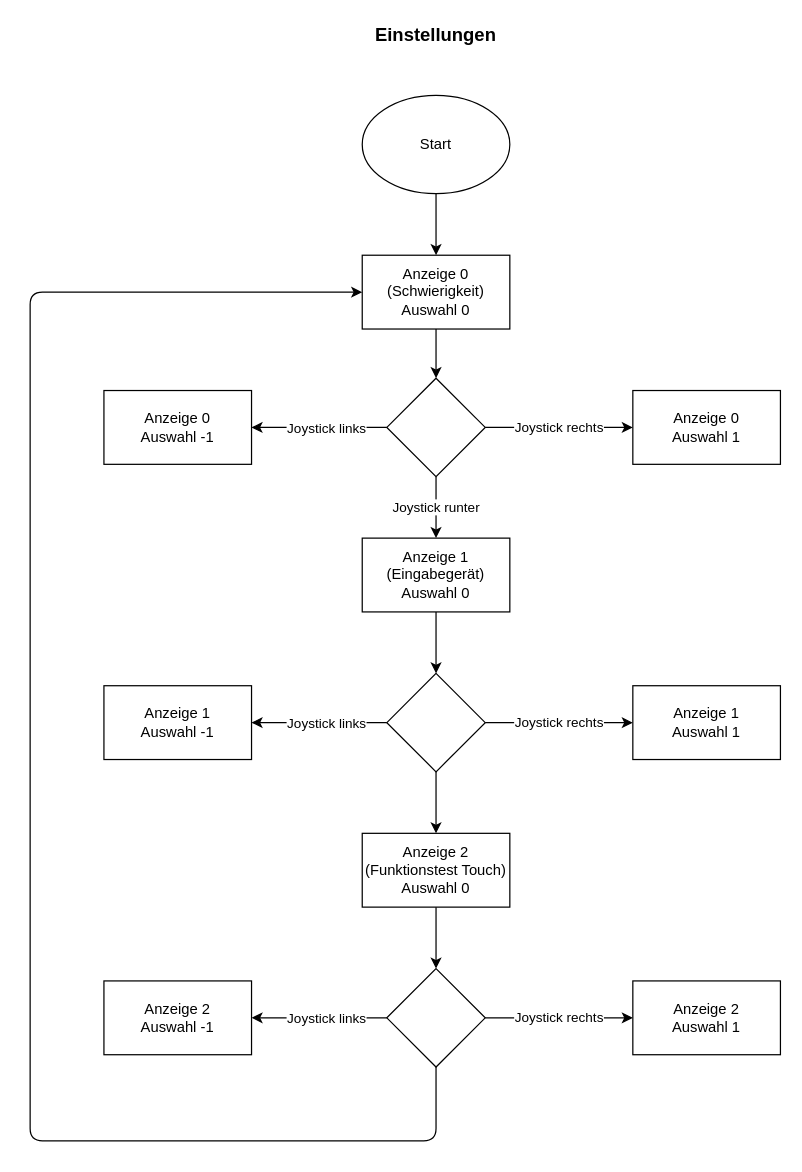
Above: page "Page-3" (2 of 3) of Untitled Diagram.drawio in Seafesko/Nucleo-Wecker (draw.io), before the change. Source tidied: cells renumbered, new cells numbered last; positions are measured from the earlier drawing's top-left corner, leaving out a move shared by most shapes. Both pictures are drawn from the tidied source at 123%, with x=0, y=0 at pixel (30, 21).
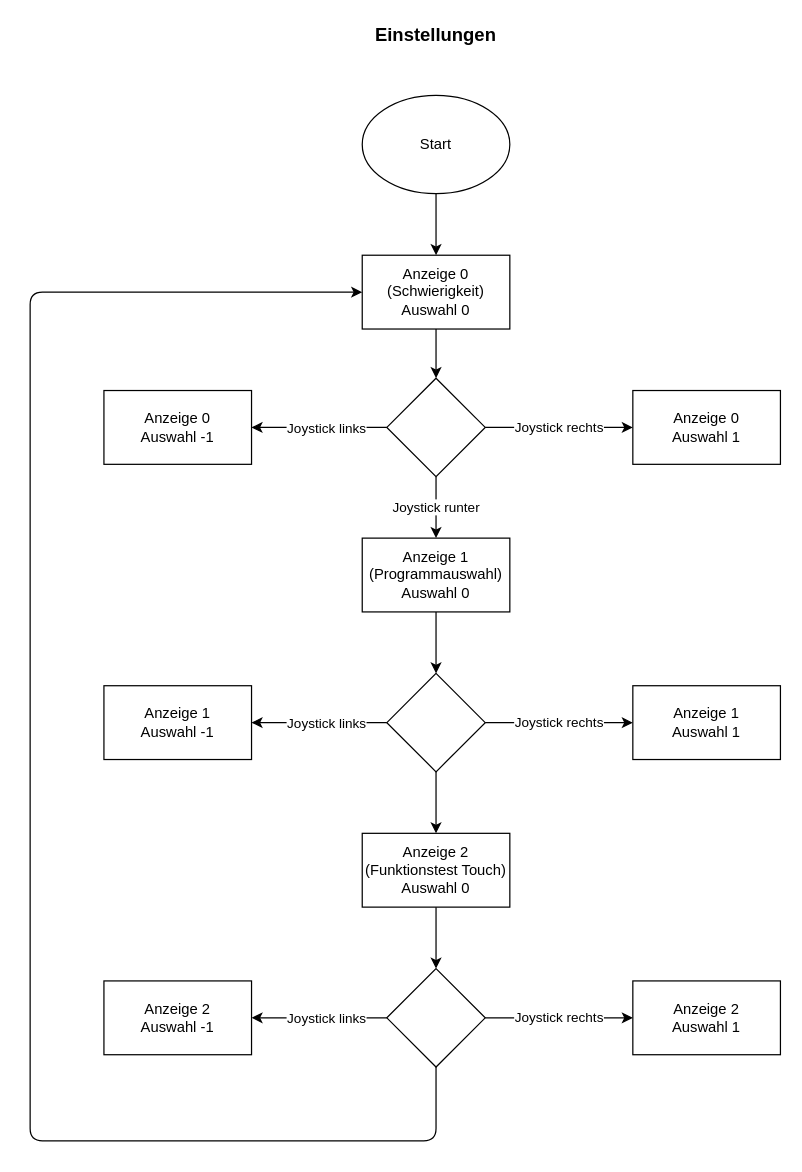
The same diagram, later.

Change to the diagram source:
```diff
@@
-    <mxCell id="6" value="Anzeige 1 (Eingabegerät)&lt;br&gt;&lt;div&gt;Auswahl 0&lt;br&gt;&lt;/div&gt;" style="rounded=0;whiteSpace=wrap;html=1;" parent="1" vertex="1">
+    <mxCell id="6" value="Anzeige 1 (Programmauswahl)&lt;br&gt;&lt;div&gt;Auswahl 0&lt;br&gt;&lt;/div&gt;" style="rounded=0;whiteSpace=wrap;html=1;" parent="1" vertex="1">
       <mxGeometry x="270" y="420" width="120" height="60" as="geometry" />
     </mxCell>
```
